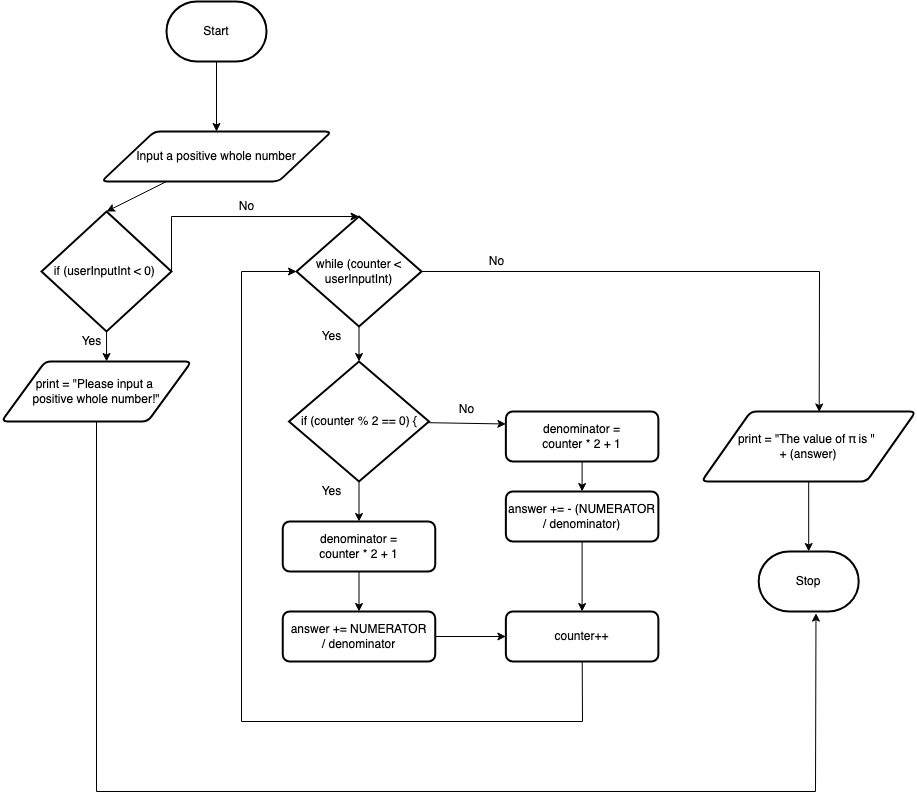
This is design/flow-chart.png from Kenny-Le-281/ICS2O-Assignment-05-JS, a draw.io export, as it was before one commit. Source tidied: cells renumbered, new cells last; positions are measured from the earlier drawing's top-left corner, leaving out a move shared by most shapes.
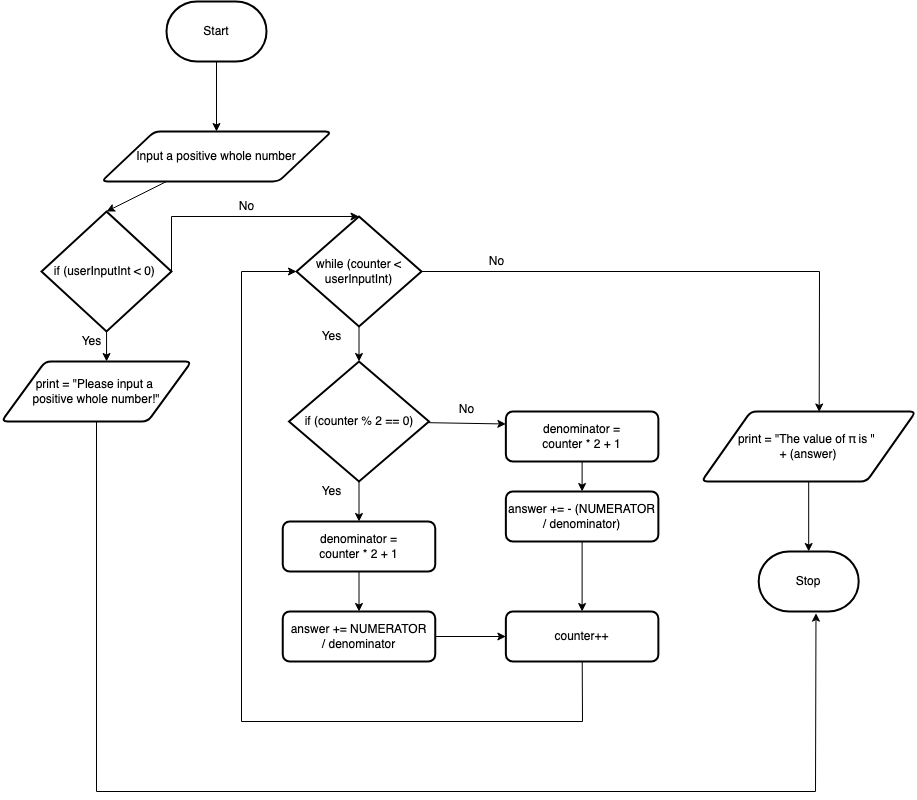
Above is the later version.

The edit, as a diff of the source:
```diff
@@ -63,7 +63,7 @@
     <mxCell id="17" style="edgeStyle=none;rounded=0;html=1;entryX=0;entryY=0.25;entryDx=0;entryDy=0;" parent="1" edge="1" source="18" target="27">
       <mxGeometry relative="1" as="geometry" />
     </mxCell>
-    <mxCell id="18" value="if (counter % 2 == 0) {" style="strokeWidth=2;html=1;shape=mxgraph.flowchart.decision;whiteSpace=wrap;" parent="1" vertex="1">
+    <mxCell id="18" value="if (counter % 2 == 0)" style="strokeWidth=2;html=1;shape=mxgraph.flowchart.decision;whiteSpace=wrap;" parent="1" vertex="1">
       <mxGeometry x="287.5" y="360" width="140" height="120" as="geometry" />
     </mxCell>
     <mxCell id="19" value="Yes" style="text;html=1;align=center;verticalAlign=middle;fillColor=none;strokeColor=none;rounded=0;" parent="1" vertex="1">
```
